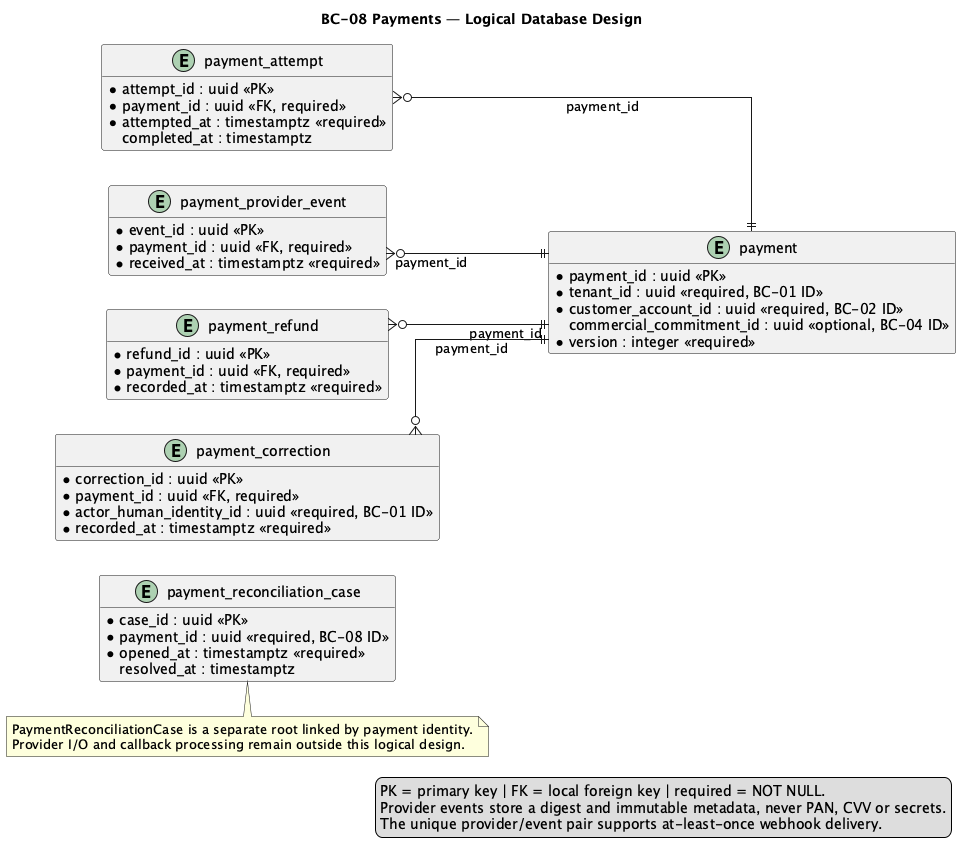
nexa-suite/mobile-report keeps this PlantUML diagram as report/assets/chapter-2/tactical/BC-08/database-diagram.png. Above is the earlier version.
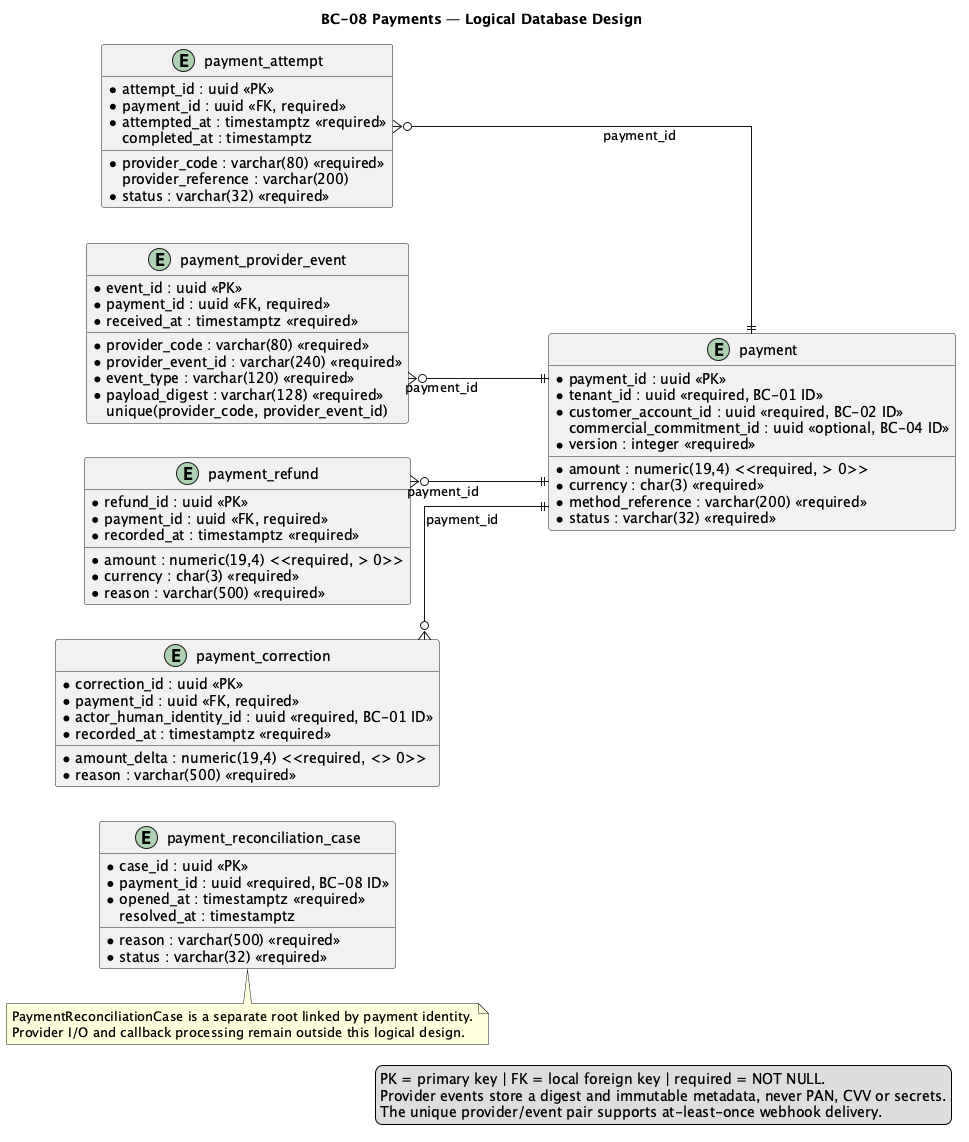
The same file after the commit.

Change to the diagram source:
```diff
@@ -1,7 +1,6 @@
 @startuml
 title BC-08 Payments — Logical Database Design
 left to right direction
-hide methods
 skinparam shadowing false
 skinparam linetype ortho
 skinparam entity {
@@ -15,7 +14,7 @@
   * tenant_id : uuid <<required, BC-01 ID>>
   * customer_account_id : uuid <<required, BC-02 ID>>
     commercial_commitment_id : uuid <<optional, BC-04 ID>>
-  * amount : numeric(19,4) <<required>>
+  * amount : numeric(19,4) <<required, > 0>>
   * currency : char(3) <<required>>
   * method_reference : varchar(200) <<required>>
   * status : varchar(32) <<required>>
@@ -46,7 +45,7 @@
 entity "payment_refund" as payment_refund {
   * refund_id : uuid <<PK>>
   * payment_id : uuid <<FK, required>>
-  * amount : numeric(19,4) <<required>>
+  * amount : numeric(19,4) <<required, > 0>>
   * currency : char(3) <<required>>
   * reason : varchar(500) <<required>>
   * recorded_at : timestamptz <<required>>
@@ -55,7 +54,7 @@
 entity "payment_correction" as payment_correction {
   * correction_id : uuid <<PK>>
   * payment_id : uuid <<FK, required>>
-  * amount_delta : numeric(19,4) <<required>>
+  * amount_delta : numeric(19,4) <<required, <> 0>>
   * reason : varchar(500) <<required>>
   * actor_human_identity_id : uuid <<required, BC-01 ID>>
   * recorded_at : timestamptz <<required>>
```
